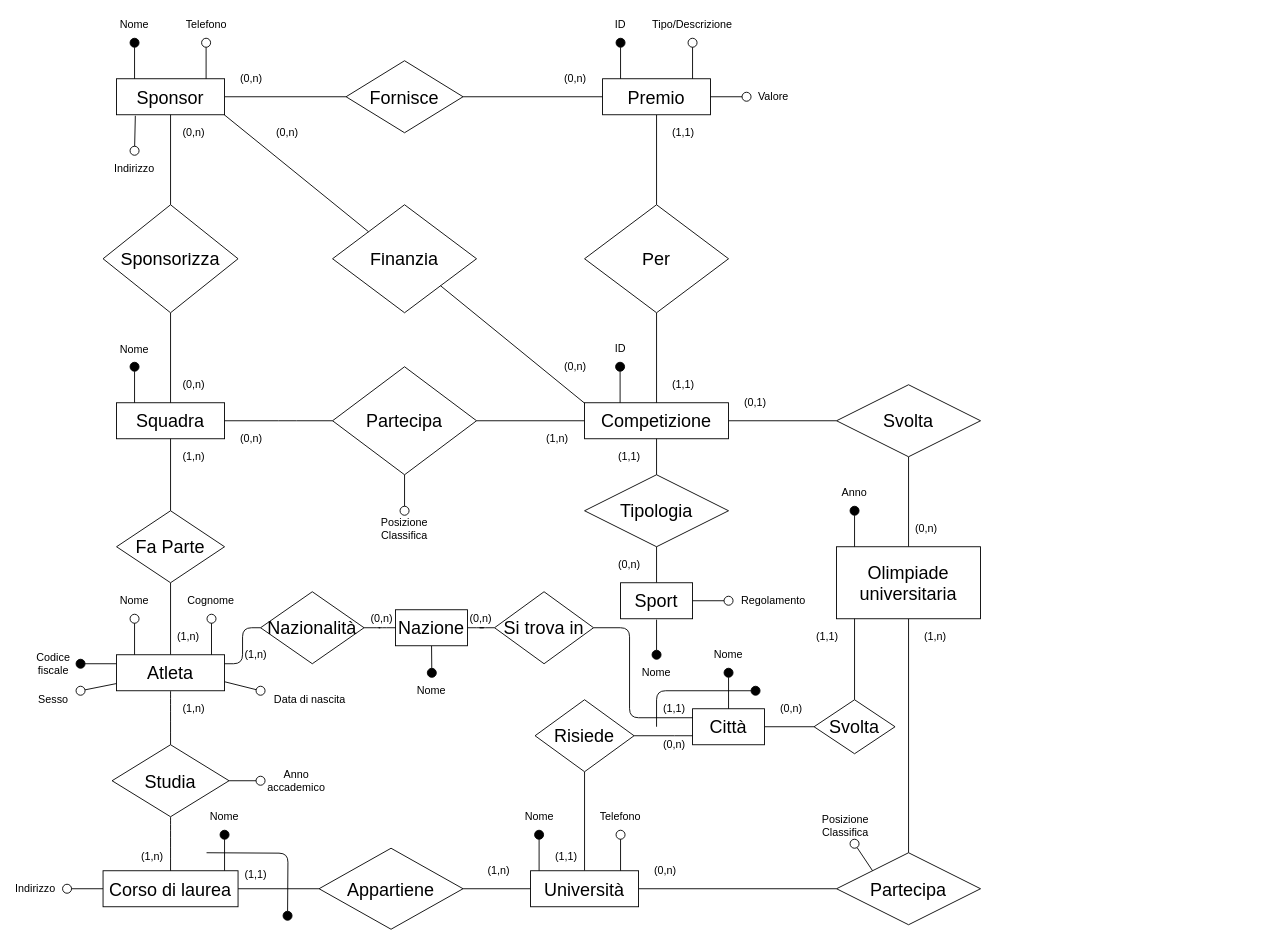
Earlier version of the draw.io diagram page "Schema E-R" (1 of 3) of Olimpiadi studentesche.drawio (giovannivelludo/database-project). Source tidied: cells renumbered, new cells numbered last; positions are measured from the earlier drawing's top-left corner, leaving out a move shared by most shapes. Both pictures are drawn from the tidied source at 90%, with x=0, y=0 at pixel (17, 15).
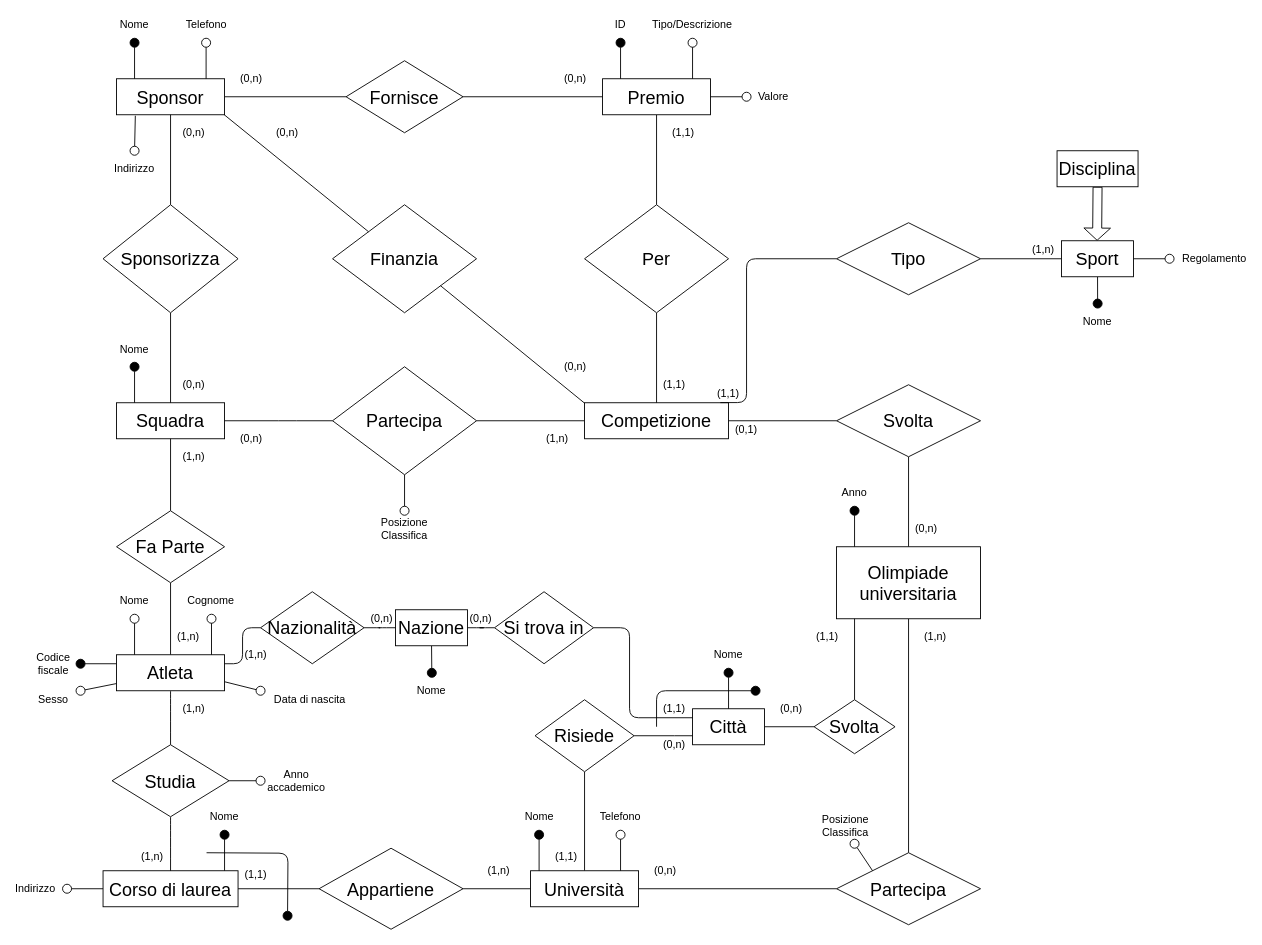
After the change.

Commit message:
Aggiunta specializzazione "Disciplina" di "Sport"

Unchanged cells that the change refers to:
```xml
<mxCell id="7" value="&lt;font style=&quot;font-size: 20px&quot;&gt;Competizione&lt;/font&gt;" style="rounded=0;whiteSpace=wrap;html=1;" parent="1" vertex="1">
  <mxGeometry x="630" y="430" width="160" height="40" as="geometry" />
</mxCell>
```

Diff of the diagram source:
```diff
@@
+    <mxCell id="140" style="shape=flexArrow;endArrow=classic;html=1;endWidth=18.57142857142857;endSize=4.190476190476191;" parent="1" edge="1">
+      <mxGeometry relative="1" as="geometry">
+        <mxPoint x="1200" y="190" as="sourcePoint" />
+        <mxPoint x="1199.5" y="250" as="targetPoint" />
+      </mxGeometry>
+    </mxCell>
@@
-    <mxCell id="8" value="&lt;font style=&quot;font-size: 20px&quot;&gt;Tipologia&lt;/font&gt;" style="rhombus;whiteSpace=wrap;html=1;" parent="1" vertex="1">
-      <mxGeometry x="630" y="510" width="160" height="80" as="geometry" />
-    </mxCell>
-    <mxCell id="9" style="endArrow=none;html=1;entryX=0.5;entryY=1;entryDx=0;entryDy=0;exitX=0.5;exitY=0;exitDx=0;exitDy=0;" parent="1" edge="1" source="8" target="7">
-      <mxGeometry relative="1" as="geometry" />
-    </mxCell>
-    <mxCell id="10" style="edgeStyle=orthogonalEdgeStyle;rounded=0;jettySize=auto;html=1;fontSize=20;endArrow=none;endFill=0;" parent="1" edge="1" source="11" target="8">
-      <mxGeometry relative="1" as="geometry" />
-    </mxCell>
+    <mxCell id="141" style="edgeStyle=orthogonalEdgeStyle;rounded=1;jettySize=auto;html=1;entryX=1;entryY=0.5;entryDx=0;entryDy=0;endArrow=none;endFill=0;" parent="1" edge="1" source="11" target="144">
+      <mxGeometry relative="1" as="geometry" />
+    </mxCell>
+    <mxCell id="142" style="edgeStyle=orthogonalEdgeStyle;rounded=1;jettySize=auto;html=1;exitX=0.5;exitY=1;exitDx=0;exitDy=0;endArrow=oval;endFill=1;endSize=10;" parent="1" edge="1" source="11">
+      <mxGeometry relative="1" as="geometry">
+        <mxPoint x="1200.1" y="319.8" as="targetPoint" />
+      </mxGeometry>
+    </mxCell>
     <mxCell id="11" value="Sport" style="rounded=0;whiteSpace=wrap;html=1;fontSize=20;" parent="1" vertex="1">
-      <mxGeometry x="670" y="630" width="80" height="40" as="geometry" />
+      <mxGeometry x="1160" y="250" width="80" height="40" as="geometry" />
     </mxCell>
@@
     <mxCell id="40" value="(0,1)" style="text;html=1;strokeColor=none;fillColor=none;align=center;verticalAlign=middle;whiteSpace=wrap;rounded=0;" parent="1" vertex="1">
-      <mxGeometry x="800" y="420" width="40" height="20" as="geometry" />
+      <mxGeometry x="790" y="450" width="40" height="20" as="geometry" />
     </mxCell>
@@
-    <mxCell id="43" value="(1,1)" style="text;html=1;strokeColor=none;fillColor=none;align=center;verticalAlign=middle;whiteSpace=wrap;rounded=0;" parent="1" vertex="1">
-      <mxGeometry x="660" y="480" width="40" height="20" as="geometry" />
-    </mxCell>
-    <mxCell id="44" value="(0,n)" style="text;html=1;strokeColor=none;fillColor=none;align=center;verticalAlign=middle;whiteSpace=wrap;rounded=0;" parent="1" vertex="1">
-      <mxGeometry x="660" y="600" width="40" height="20" as="geometry" />
-    </mxCell>
@@
     <mxCell id="55" value="(1,1)" style="text;html=1;strokeColor=none;fillColor=none;align=center;verticalAlign=middle;whiteSpace=wrap;rounded=0;shadow=0;glass=0;comic=0;fontSize=12;" parent="1" vertex="1">
-      <mxGeometry x="720" y="400" width="40" height="20" as="geometry" />
+      <mxGeometry x="710" y="400" width="40" height="20" as="geometry" />
     </mxCell>
@@
-    <mxCell id="71" style="endArrow=oval;html=1;endFill=1;endSize=10;rounded=0;strokeColor=#000000;" parent="1" edge="1">
-      <mxGeometry relative="1" as="geometry">
-        <mxPoint x="710" y="671" as="sourcePoint" />
-        <mxPoint x="710" y="710" as="targetPoint" />
-      </mxGeometry>
-    </mxCell>
-    <mxCell id="72" value="Nome" style="text;html=1;strokeColor=none;fillColor=none;align=center;verticalAlign=middle;whiteSpace=wrap;rounded=0;" parent="1" vertex="1">
-      <mxGeometry x="690" y="720" width="40" height="20" as="geometry" />
-    </mxCell>
-    <mxCell id="73" style="endArrow=oval;html=1;endFill=1;endSize=10;" parent="1" edge="1">
-      <mxGeometry relative="1" as="geometry">
-        <mxPoint x="669.5" y="430" as="sourcePoint" />
-        <mxPoint x="669.5" y="390" as="targetPoint" />
-      </mxGeometry>
-    </mxCell>
-    <mxCell id="74" value="ID" style="text;html=1;strokeColor=none;fillColor=none;align=center;verticalAlign=middle;whiteSpace=wrap;rounded=0;spacing=2;spacingBottom=0;imageWidth=24;labelPadding=0;" parent="1" vertex="1">
-      <mxGeometry x="650" y="360" width="40" height="20" as="geometry" />
-    </mxCell>
@@
     <mxCell id="96" style="endArrow=oval;html=1;endFill=0;endSize=10;exitX=1;exitY=0.5;exitDx=0;exitDy=0;" parent="1" edge="1" source="11">
       <mxGeometry relative="1" as="geometry">
-        <mxPoint x="790" y="650" as="targetPoint" />
+        <mxPoint x="1280" y="270" as="targetPoint" />
       </mxGeometry>
     </mxCell>
     <mxCell id="97" value="Regolamento" style="text;html=1;strokeColor=none;fillColor=none;align=center;verticalAlign=middle;whiteSpace=wrap;rounded=0;" parent="1" vertex="1">
-      <mxGeometry x="820" y="640" width="40" height="20" as="geometry" />
+      <mxGeometry x="1310" y="260" width="40" height="20" as="geometry" />
     </mxCell>
@@
+    <mxCell id="143" style="edgeStyle=orthogonalEdgeStyle;rounded=1;jettySize=auto;html=1;entryX=0.943;entryY=-0.004;entryDx=0;entryDy=0;entryPerimeter=0;endArrow=none;endFill=0;" parent="1" edge="1" source="144" target="7">
+      <mxGeometry relative="1" as="geometry">
+        <Array as="points">
+          <mxPoint x="810" y="270" />
+          <mxPoint x="810" y="430" />
+        </Array>
+      </mxGeometry>
+    </mxCell>
+    <mxCell id="144" value="&lt;div&gt;Tipo&lt;/div&gt;" style="rhombus;whiteSpace=wrap;html=1;fontSize=20;" parent="1" vertex="1">
+      <mxGeometry x="910" y="230" width="160" height="80" as="geometry" />
+    </mxCell>
+    <mxCell id="72" value="Nome" style="text;html=1;strokeColor=none;fillColor=none;align=center;verticalAlign=middle;whiteSpace=wrap;rounded=0;" parent="1" vertex="1">
+      <mxGeometry x="1180" y="330" width="40" height="20" as="geometry" />
+    </mxCell>
+    <mxCell id="145" value="Disciplina" style="rounded=0;whiteSpace=wrap;html=1;fontSize=20;" parent="1" vertex="1">
+      <mxGeometry x="1155" y="150" width="90" height="40" as="geometry" />
+    </mxCell>
+    <mxCell id="43" value="(1,1)" style="text;html=1;strokeColor=none;fillColor=none;align=center;verticalAlign=middle;whiteSpace=wrap;rounded=0;shadow=0;glass=0;comic=0;fontSize=12;" parent="1" vertex="1">
+      <mxGeometry x="770" y="410" width="40" height="20" as="geometry" />
+    </mxCell>
+    <mxCell id="146" value="(1,n)" style="text;html=1;strokeColor=none;fillColor=none;align=center;verticalAlign=middle;whiteSpace=wrap;rounded=0;shadow=0;glass=0;comic=0;fontSize=12;" parent="1" vertex="1">
+      <mxGeometry x="1120" y="250" width="40" height="20" as="geometry" />
+    </mxCell>
```
